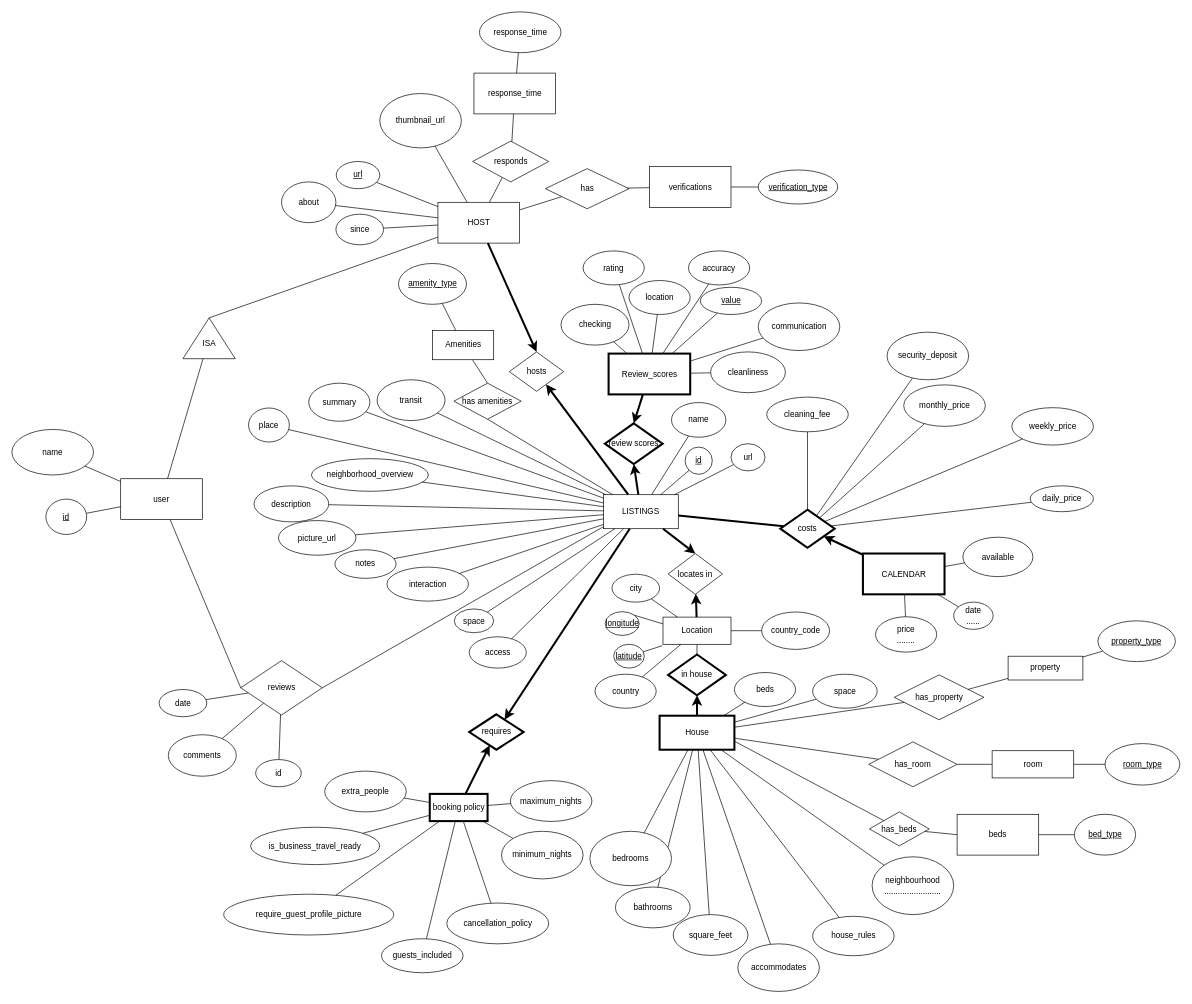
Earlier version of the draw.io diagram ER_Diagram.drawio (Valentyna-Pavliv/database). Source tidied: cells renumbered, new cells numbered last; positions are measured from the earlier drawing's top-left corner, leaving out a move shared by most shapes. Both pictures are drawn from the tidied source at 68%, with x=0, y=0 at pixel (12, 12).
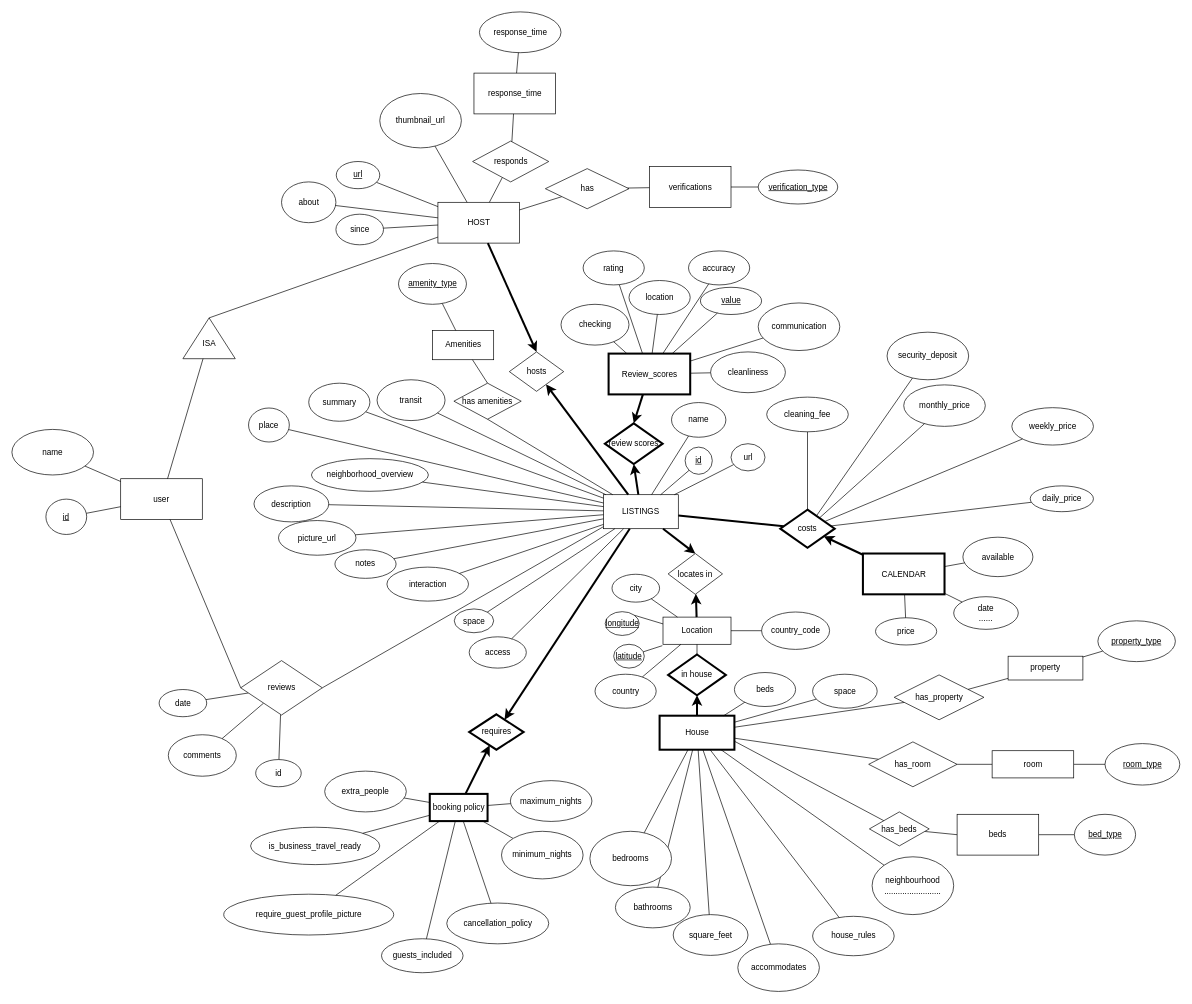
The same page after the edit.

Commit message:
petite correction du ER diagram

Diff of the diagram source:
```diff
@@
     <mxCell id="24" value="&lt;div&gt;date&lt;/div&gt;&lt;div&gt;......&lt;br&gt;&lt;/div&gt;" style="ellipse;whiteSpace=wrap;html=1;strokeWidth=1;" parent="1" vertex="1">
-      <mxGeometry x="1385" y="868" width="58" height="40" as="geometry" />
+      <mxGeometry x="1385" y="860" width="95" height="48" as="geometry" />
     </mxCell>
@@
-    <mxCell id="169" value="&lt;div&gt;price&lt;/div&gt;&lt;div&gt;........&lt;/div&gt;" style="ellipse;whiteSpace=wrap;html=1;strokeWidth=1;" parent="1" vertex="1">
-      <mxGeometry x="1270" y="889.5" width="90" height="52" as="geometry" />
+    <mxCell id="169" value="&lt;div&gt;price&lt;/div&gt;" style="ellipse;whiteSpace=wrap;html=1;strokeWidth=1;" parent="1" vertex="1">
+      <mxGeometry x="1270" y="891" width="90" height="40" as="geometry" />
     </mxCell>
```
